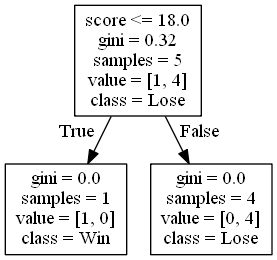
Before: DecisionTrees/Pac-12decision_tree_with_score2.png, a diagram exported from Graphviz (alexana-steck/CSE482Project). Its source is kept beside it as DecisionTrees/Pac-12decision_tree_with_score2.dot. Its diagram source:
```dot
digraph Tree {
node [shape=box] ;
0 [label="score <= 18.0\ngini = 0.32\nsamples = 5\nvalue = [1, 4]\nclass = Lose"] ;
1 [label="gini = 0.0\nsamples = 1\nvalue = [1, 0]\nclass = Win"] ;
0 -> 1 [labeldistance=2.5, labelangle=45, headlabel="True"] ;
2 [label="gini = 0.0\nsamples = 4\nvalue = [0, 4]\nclass = Lose"] ;
0 -> 2 [labeldistance=2.5, labelangle=-45, headlabel="False"] ;
}
```
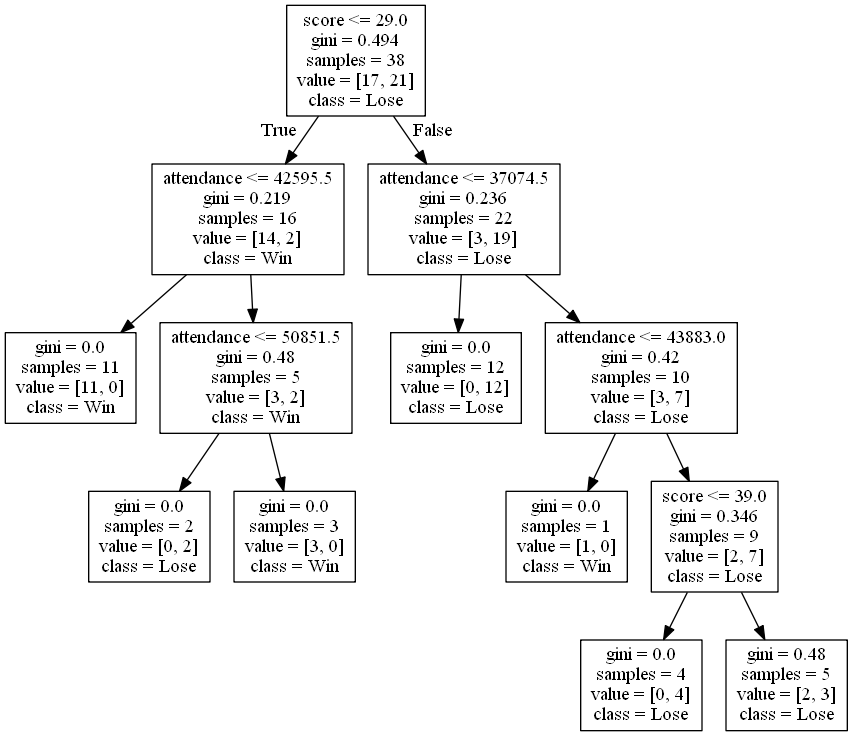
After the commit.

Diff of the diagram source:
```diff
@@ -1,8 +1,28 @@
 digraph Tree {
 node [shape=box] ;
-0 [label="score <= 18.0\ngini = 0.32\nsamples = 5\nvalue = [1, 4]\nclass = Lose"] ;
-1 [label="gini = 0.0\nsamples = 1\nvalue = [1, 0]\nclass = Win"] ;
+0 [label="score <= 29.0\ngini = 0.494\nsamples = 38\nvalue = [17, 21]\nclass = Lose"] ;
+1 [label="attendance <= 42595.5\ngini = 0.219\nsamples = 16\nvalue = [14, 2]\nclass = Win"] ;
 0 -> 1 [labeldistance=2.5, labelangle=45, headlabel="True"] ;
-2 [label="gini = 0.0\nsamples = 4\nvalue = [0, 4]\nclass = Lose"] ;
-0 -> 2 [labeldistance=2.5, labelangle=-45, headlabel="False"] ;
+2 [label="gini = 0.0\nsamples = 11\nvalue = [11, 0]\nclass = Win"] ;
+1 -> 2 ;
+3 [label="attendance <= 50851.5\ngini = 0.48\nsamples = 5\nvalue = [3, 2]\nclass = Win"] ;
+1 -> 3 ;
+4 [label="gini = 0.0\nsamples = 2\nvalue = [0, 2]\nclass = Lose"] ;
+3 -> 4 ;
+5 [label="gini = 0.0\nsamples = 3\nvalue = [3, 0]\nclass = Win"] ;
+3 -> 5 ;
+6 [label="attendance <= 37074.5\ngini = 0.236\nsamples = 22\nvalue = [3, 19]\nclass = Lose"] ;
+0 -> 6 [labeldistance=2.5, labelangle=-45, headlabel="False"] ;
+7 [label="gini = 0.0\nsamples = 12\nvalue = [0, 12]\nclass = Lose"] ;
+6 -> 7 ;
+8 [label="attendance <= 43883.0\ngini = 0.42\nsamples = 10\nvalue = [3, 7]\nclass = Lose"] ;
+6 -> 8 ;
+9 [label="gini = 0.0\nsamples = 1\nvalue = [1, 0]\nclass = Win"] ;
+8 -> 9 ;
+10 [label="score <= 39.0\ngini = 0.346\nsamples = 9\nvalue = [2, 7]\nclass = Lose"] ;
+8 -> 10 ;
+11 [label="gini = 0.0\nsamples = 4\nvalue = [0, 4]\nclass = Lose"] ;
+10 -> 11 ;
+12 [label="gini = 0.48\nsamples = 5\nvalue = [2, 3]\nclass = Lose"] ;
+10 -> 12 ;
 }
```
